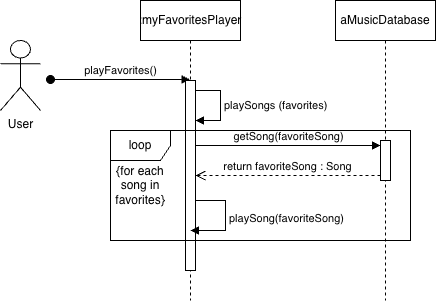
The draw.io diagram Sequence Diagram exercise.drawio.png in Jtoosh/byu-cs340, before a commit. Source tidied: cells renumbered, new cells last; positions are measured from the earlier drawing's top-left corner, leaving out a move shared by most shapes.
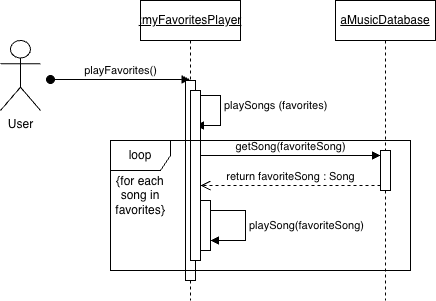
After the commit.

Diff of the diagram source:
```diff
@@ -10,47 +10,58 @@
         <mxPoint x="50" y="79" as="sourcePoint" />
       </mxGeometry>
     </mxCell>
-    <mxCell id="4" value=":myFavoritesPlayer" style="shape=umlLifeline;perimeter=lifelinePerimeter;whiteSpace=wrap;html=1;outlineConnect=0;portConstraint=eastwest;newEdgeStyle={&quot;curved&quot;:0,&quot;rounded&quot;:0};" parent="1" vertex="1">
+    <mxCell id="4" value="&lt;u&gt;:myFavoritesPlayer&lt;/u&gt;" style="shape=umlLifeline;perimeter=lifelinePerimeter;whiteSpace=wrap;html=1;outlineConnect=0;portConstraint=eastwest;newEdgeStyle={&quot;curved&quot;:0,&quot;rounded&quot;:0};" parent="1" vertex="1">
       <mxGeometry x="140" width="100" height="300" as="geometry" />
     </mxCell>
     <mxCell id="5" style="html=1;points=[[0,0,0,0,5],[0,1,0,0,-5],[1,0,0,0,5],[1,1,0,0,-5]];perimeter=orthogonalPerimeter;outlineConnect=0;targetShapes=umlLifeline;portConstraint=eastwest;newEdgeStyle={&quot;curved&quot;:0,&quot;rounded&quot;:0};" parent="4" vertex="1">
-      <mxGeometry x="45" y="80" width="10" height="190" as="geometry" />
+      <mxGeometry x="45" y="80" width="10" height="200" as="geometry" />
     </mxCell>
-    <mxCell id="6" value="playSongs (favorites)" style="html=1;align=left;spacingLeft=2;endArrow=block;rounded=0;edgeStyle=orthogonalEdgeStyle;curved=0;rounded=0;" parent="4" edge="1" source="5" target="5">
-      <mxGeometry relative="1" as="geometry">
+    <mxCell id="6" value="playSongs (favorites)" style="html=1;align=left;spacingLeft=2;endArrow=block;rounded=0;edgeStyle=orthogonalEdgeStyle;curved=0;rounded=0;" parent="4" edge="1">
+      <mxGeometry x="-0.12" relative="1" as="geometry">
+        <mxPoint x="55" y="95" as="sourcePoint" />
+        <mxPoint x="55" y="125" as="targetPoint" />
         <Array as="points">
-          <mxPoint x="80" y="90" />
-          <mxPoint x="80" y="120" />
+          <mxPoint x="80" y="95" />
+          <mxPoint x="80" y="125" />
         </Array>
       </mxGeometry>
     </mxCell>
+    <mxCell id="14" style="html=1;perimeter=orthogonalPerimeter;targetShapes=umlLifeline;newEdgeStyle={&quot;curved&quot;:0,&quot;rounded&quot;:0};" parent="4" vertex="1">
+      <mxGeometry x="50" y="90" width="10" height="170" as="geometry" />
+    </mxCell>
-    <mxCell id="7" value="getSong(favoriteSong)" style="html=1;verticalAlign=bottom;endArrow=block;curved=0;rounded=0;entryX=0;entryY=0;entryDx=0;entryDy=5;" parent="1" edge="1" source="5" target="10">
-      <mxGeometry relative="1" as="geometry" />
+    <mxCell id="7" value="getSong(favoriteSong)" style="html=1;verticalAlign=bottom;endArrow=block;curved=0;rounded=0;entryX=0;entryY=0;entryDx=0;entryDy=5;" parent="1" edge="1" target="10">
+      <mxGeometry relative="1" as="geometry">
+        <mxPoint x="200" y="155" as="sourcePoint" />
+      </mxGeometry>
     </mxCell>
-    <mxCell id="8" value="return favoriteSong : Song" style="html=1;verticalAlign=bottom;endArrow=open;dashed=1;endSize=8;curved=0;rounded=0;exitX=0;exitY=1;exitDx=0;exitDy=-5;" parent="1" edge="1" source="10" target="5">
-      <mxGeometry relative="1" as="geometry" />
+    <mxCell id="8" value="return favoriteSong : Song" style="html=1;verticalAlign=bottom;endArrow=open;dashed=1;endSize=8;curved=0;rounded=0;exitX=0;exitY=1;exitDx=0;exitDy=-5;" parent="1" edge="1" source="10">
+      <mxGeometry relative="1" as="geometry">
+        <mxPoint x="200" y="185" as="targetPoint" />
+      </mxGeometry>
     </mxCell>
-    <mxCell id="9" value="aMusicDatabase" style="shape=umlLifeline;perimeter=lifelinePerimeter;whiteSpace=wrap;html=1;newEdgeStyle={&quot;curved&quot;:0,&quot;rounded&quot;:0};" parent="1" vertex="1">
+    <mxCell id="9" value="&lt;u&gt;aMusicDatabase&lt;/u&gt;" style="shape=umlLifeline;perimeter=lifelinePerimeter;whiteSpace=wrap;html=1;newEdgeStyle={&quot;curved&quot;:0,&quot;rounded&quot;:0};" parent="1" vertex="1">
       <mxGeometry x="335" width="100" height="300" as="geometry" />
     </mxCell>
     <mxCell id="10" style="html=1;points=[[0,0,0,0,5],[0,1,0,0,-5],[1,0,0,0,5],[1,1,0,0,-5]];perimeter=orthogonalPerimeter;outlineConnect=0;targetShapes=umlLifeline;portConstraint=eastwest;newEdgeStyle={&quot;curved&quot;:0,&quot;rounded&quot;:0};" parent="9" vertex="1">
-      <mxGeometry x="45" y="140" width="10" height="40" as="geometry" />
+      <mxGeometry x="45" y="150" width="10" height="40" as="geometry" />
     </mxCell>
     <mxCell id="11" value="loop" style="shape=umlFrame;whiteSpace=wrap;html=1;" parent="1" vertex="1">
-      <mxGeometry x="110" y="130" width="300" height="110" as="geometry" />
+      <mxGeometry x="110" y="140" width="300" height="130" as="geometry" />
     </mxCell>
-    <mxCell id="12" value="playSong(favoriteSong)" style="html=1;align=left;spacingLeft=2;endArrow=block;rounded=0;edgeStyle=orthogonalEdgeStyle;curved=0;rounded=0;" parent="1" edge="1">
+    <mxCell id="12" value="playSong(favoriteSong)" style="html=1;align=left;spacingLeft=2;endArrow=block;rounded=0;edgeStyle=orthogonalEdgeStyle;curved=0;rounded=0;" parent="1" edge="1" source="15">
       <mxGeometry relative="1" as="geometry">
-        <mxPoint x="195" y="200" as="sourcePoint" />
-        <mxPoint x="190" y="230" as="targetPoint" />
+        <mxPoint x="210" y="240" as="targetPoint" />
         <Array as="points">
-          <mxPoint x="225" y="200" />
-          <mxPoint x="225" y="230" />
+          <mxPoint x="245" y="210" />
+          <mxPoint x="245" y="240" />
         </Array>
       </mxGeometry>
     </mxCell>
     <mxCell id="13" value="{for each song in favorites}" style="text;html=1;whiteSpace=wrap;strokeColor=none;fillColor=none;align=center;verticalAlign=middle;rounded=0;" parent="1" vertex="1">
-      <mxGeometry x="110" y="170" width="60" height="30" as="geometry" />
+      <mxGeometry x="110" y="180" width="60" height="30" as="geometry" />
     </mxCell>
+    <mxCell id="15" style="html=1;points=[[0,0,0,0,5],[0,1,0,0,-5],[1,0,0,0,5],[1,1,0,0,-5]];perimeter=orthogonalPerimeter;outlineConnect=0;targetShapes=umlLifeline;portConstraint=eastwest;newEdgeStyle={&quot;curved&quot;:0,&quot;rounded&quot;:0};" parent="1" vertex="1">
+      <mxGeometry x="200" y="200" width="10" height="50" as="geometry" />
+    </mxCell>
   </root>
 </mxGraphModel>
```
